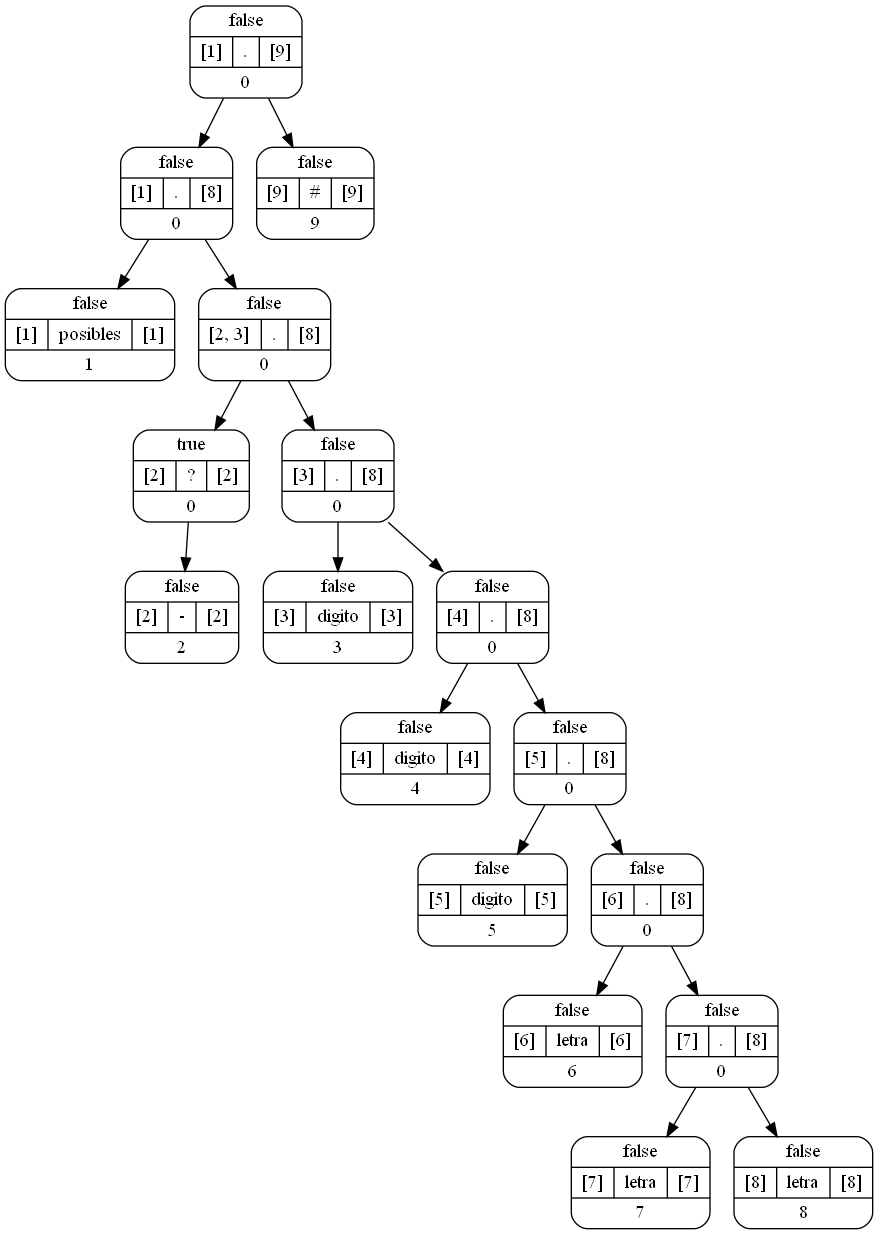
The Graphviz diagram Salida/Imagenes/Grafico0.png in Villa01/OLC1-Proyecto1_201900907, before a commit. Its source is kept beside it as Salida/ArchivosDot/Grafico0.dot.
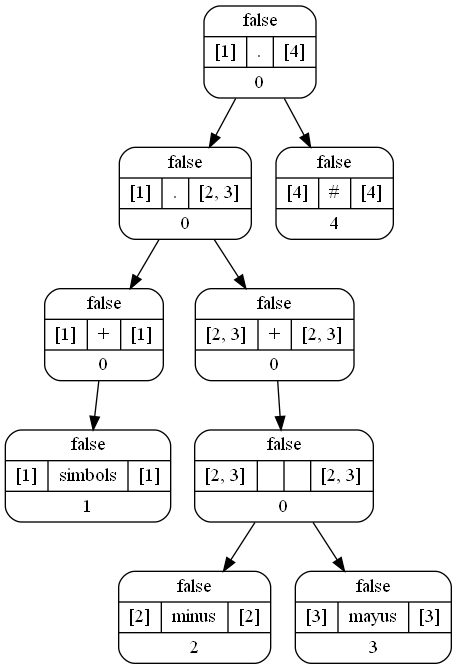
After the commit.

What changed in the source:
```diff
@@ -1,41 +1,23 @@
 digraph Arbol_Sintactico{
 
  node[style=rounded shape=record]
-node0[label = "{false|{[1]|.|[9]}|0}"];
+node0[label = "{false|{[1]|.|[4]}|0}"];
 node0 -> node00
-node00[label = "{false|{[1]|.|[8]}|0}"];
+node00[label = "{false|{[1]|.|[2, 3]}|0}"];
 node00 -> node000
-node000[label = "{false|{[1]|posibles|[1]}|1}"];
+node000[label = "{false|{[1]|+|[1]}|0}"];
+node000 -> node0000
+node0000[label = "{false|{[1]|simbols|[1]}|1}"];
 node00 -> node001
-node001[label = "{false|{[2, 3]|.|[8]}|0}"];
+node001[label = "{false|{[2, 3]|+|[2, 3]}|0}"];
 node001 -> node0010
-node0010[label = "{true|{[2]|?|[2]}|0}"];
+node0010[label = "{false|{[2, 3]|||[2, 3]}|0}"];
 node0010 -> node00100
-node00100[label = "{false|{[2]|-|[2]}|2}"];
-node001 -> node0011
-node0011[label = "{false|{[3]|.|[8]}|0}"];
-node0011 -> node00110
-node00110[label = "{false|{[3]|digito|[3]}|3}"];
-node0011 -> node00111
-node00111[label = "{false|{[4]|.|[8]}|0}"];
-node00111 -> node001110
-node001110[label = "{false|{[4]|digito|[4]}|4}"];
-node00111 -> node001111
-node001111[label = "{false|{[5]|.|[8]}|0}"];
-node001111 -> node0011110
-node0011110[label = "{false|{[5]|digito|[5]}|5}"];
-node001111 -> node0011111
-node0011111[label = "{false|{[6]|.|[8]}|0}"];
-node0011111 -> node00111110
-node00111110[label = "{false|{[6]|letra|[6]}|6}"];
-node0011111 -> node00111111
-node00111111[label = "{false|{[7]|.|[8]}|0}"];
-node00111111 -> node001111110
-node001111110[label = "{false|{[7]|letra|[7]}|7}"];
-node00111111 -> node001111111
-node001111111[label = "{false|{[8]|letra|[8]}|8}"];
+node00100[label = "{false|{[2]|minus|[2]}|2}"];
+node0010 -> node00101
+node00101[label = "{false|{[3]|mayus|[3]}|3}"];
 node0 -> node01
-node01[label = "{false|{[9]|#|[9]}|9}"];
+node01[label = "{false|{[4]|#|[4]}|4}"];
 
 
 }
```
